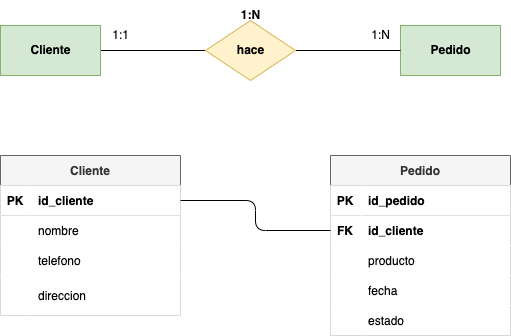
This is tareas/tarea-3/images/ejercicio5.drawio.png from deylansystem/actividadesBAE, a draw.io export, as it was before one commit. Source tidied: cells renumbered, new cells last; positions are measured from the earlier drawing's top-left corner, leaving out a move shared by most shapes. Its diagram source:
```xml
<mxGraphModel>
  <root>
    <mxCell id="0" />
    <mxCell id="1" parent="0" />
    <mxCell id="2" style="edgeStyle=none;html=1;exitX=1;exitY=0.5;exitDx=0;exitDy=0;entryX=0;entryY=0.5;entryDx=0;entryDy=0;endArrow=none;endFill=0;" parent="1" edge="1" source="3" target="6">
      <mxGeometry relative="1" as="geometry" />
    </mxCell>
    <mxCell id="3" value="&lt;b&gt;&lt;font color=&quot;#000000&quot;&gt;Cliente&lt;/font&gt;&lt;/b&gt;" style="html=1;dashed=0;whitespace=wrap;fillColor=#d5e8d4;strokeColor=#82b366;" parent="1" vertex="1">
      <mxGeometry y="25" width="100" height="50" as="geometry" />
    </mxCell>
    <mxCell id="4" value="&lt;b&gt;&lt;font color=&quot;#000000&quot;&gt;Pedido&lt;/font&gt;&lt;/b&gt;" style="html=1;dashed=0;whitespace=wrap;fillColor=#d5e8d4;strokeColor=#82b366;" parent="1" vertex="1">
      <mxGeometry x="400" y="25" width="100" height="50" as="geometry" />
    </mxCell>
    <mxCell id="5" style="edgeStyle=none;html=1;exitX=1;exitY=0.5;exitDx=0;exitDy=0;entryX=0;entryY=0.5;entryDx=0;entryDy=0;endArrow=none;endFill=0;" parent="1" edge="1" source="6" target="4">
      <mxGeometry relative="1" as="geometry" />
    </mxCell>
    <mxCell id="6" value="&lt;font color=&quot;#000000&quot;&gt;&lt;b&gt;hace&lt;/b&gt;&lt;/font&gt;" style="shape=rhombus;html=1;dashed=0;whitespace=wrap;perimeter=rhombusPerimeter;fillColor=#fff2cc;strokeColor=#d6b656;" parent="1" vertex="1">
      <mxGeometry x="205" y="20" width="90" height="60" as="geometry" />
    </mxCell>
    <mxCell id="7" value="&lt;b&gt;1:N&lt;/b&gt;" style="text;html=1;align=center;verticalAlign=middle;strokeColor=none;fillColor=none;" parent="1" vertex="1">
      <mxGeometry x="230" width="40" height="30" as="geometry" />
    </mxCell>
    <mxCell id="8" value="1:1" style="text;html=1;align=center;verticalAlign=middle;strokeColor=none;fillColor=none;" parent="1" vertex="1">
      <mxGeometry x="100" y="20" width="40" height="30" as="geometry" />
    </mxCell>
    <mxCell id="9" value="1:N" style="text;html=1;align=center;verticalAlign=middle;strokeColor=none;fillColor=none;" parent="1" vertex="1">
      <mxGeometry x="360" y="20" width="40" height="30" as="geometry" />
    </mxCell>
    <mxCell id="10" value="Cliente" style="shape=table;startSize=30;rowLines=0;fontStyle=1;align=center;fillColor=#f5f5f5;strokeColor=#666666;fontColor=#333333;" parent="1" vertex="1">
      <mxGeometry y="155" width="180" height="160" as="geometry" />
    </mxCell>
    <mxCell id="11" style="shape=tableRow;horizontal=0;startSize=0;swimlaneHead=0;swimlaneBody=0;fillColor=#FFFFFF;points=[[0,0.5],[1,0.5]];portConstraint=eastwest;top=0;left=0;right=0;bottom=1;fontColor=#000000;" parent="10" vertex="1">
      <mxGeometry y="30" width="180" height="30" as="geometry" />
    </mxCell>
    <mxCell id="12" value="PK" style="shape=partialRectangle;fillColor=#FFFFFF;top=0;left=0;bottom=0;right=0;fontStyle=1;overflow=hidden;fontColor=#000000;" parent="11" vertex="1">
      <mxGeometry width="30" height="30" as="geometry" />
    </mxCell>
    <mxCell id="13" value="id_cliente" style="shape=partialRectangle;fillColor=#FFFFFF;top=0;left=0;bottom=0;right=0;align=left;spacingLeft=6;fontStyle=1;overflow=hidden;fontColor=#000000;" parent="11" vertex="1">
      <mxGeometry x="30" width="150" height="30" as="geometry" />
    </mxCell>
    <mxCell id="14" style="shape=tableRow;horizontal=0;startSize=0;swimlaneHead=0;swimlaneBody=0;fillColor=#FFFFFF;top=0;left=0;right=0;bottom=0;fontColor=#000000;" parent="10" vertex="1">
      <mxGeometry y="60" width="180" height="30" as="geometry" />
    </mxCell>
    <mxCell id="15" style="shape=partialRectangle;fillColor=#FFFFFF;top=0;left=0;bottom=0;right=0;overflow=hidden;fontColor=#000000;" parent="14" vertex="1">
      <mxGeometry width="30" height="30" as="geometry" />
    </mxCell>
    <mxCell id="16" value="nombre" style="shape=partialRectangle;fillColor=#FFFFFF;top=0;left=0;bottom=0;right=0;align=left;spacingLeft=6;overflow=hidden;fontColor=#000000;" parent="14" vertex="1">
      <mxGeometry x="30" width="150" height="30" as="geometry" />
    </mxCell>
    <mxCell id="17" style="shape=tableRow;horizontal=0;startSize=0;swimlaneHead=0;swimlaneBody=0;fillColor=#FFFFFF;top=0;left=0;right=0;bottom=0;fontColor=#000000;" parent="10" vertex="1">
      <mxGeometry y="90" width="180" height="30" as="geometry" />
    </mxCell>
    <mxCell id="18" style="shape=partialRectangle;fillColor=#FFFFFF;top=0;left=0;bottom=0;right=0;overflow=hidden;fontColor=#000000;" parent="17" vertex="1">
      <mxGeometry width="30" height="30" as="geometry" />
    </mxCell>
    <mxCell id="19" value="telefono" style="shape=partialRectangle;fillColor=#FFFFFF;top=0;left=0;bottom=0;right=0;align=left;spacingLeft=6;overflow=hidden;fontColor=#000000;" parent="17" vertex="1">
      <mxGeometry x="30" width="150" height="30" as="geometry" />
    </mxCell>
    <mxCell id="20" style="shape=tableRow;horizontal=0;startSize=0;swimlaneHead=0;swimlaneBody=0;fillColor=#FFFFFF;top=0;left=0;right=0;bottom=0;fontColor=#000000;" parent="10" vertex="1">
      <mxGeometry y="120" width="180" height="40" as="geometry" />
    </mxCell>
    <mxCell id="21" style="shape=partialRectangle;fillColor=#FFFFFF;top=0;left=0;bottom=0;right=0;overflow=hidden;fontColor=#000000;" parent="20" vertex="1">
      <mxGeometry width="30" height="40" as="geometry" />
    </mxCell>
    <mxCell id="22" value="direccion" style="shape=partialRectangle;fillColor=#FFFFFF;top=0;left=0;bottom=0;right=0;align=left;spacingLeft=6;overflow=hidden;fontColor=#000000;" parent="20" vertex="1">
      <mxGeometry x="30" width="150" height="40" as="geometry" />
    </mxCell>
    <mxCell id="23" value="Pedido" style="shape=table;startSize=30;rowLines=0;fontStyle=1;align=center;fontColor=#333333;fillColor=#f5f5f5;strokeColor=#666666;" parent="1" vertex="1">
      <mxGeometry x="330" y="155" width="180" height="180" as="geometry" />
    </mxCell>
    <mxCell id="24" style="shape=tableRow;horizontal=0;startSize=0;swimlaneHead=0;swimlaneBody=0;fillColor=#FFFFFF;top=0;left=0;right=0;bottom=1;fontColor=#000000;" parent="23" vertex="1">
      <mxGeometry y="30" width="180" height="30" as="geometry" />
    </mxCell>
    <mxCell id="25" value="PK" style="shape=partialRectangle;fillColor=#FFFFFF;top=0;left=0;bottom=0;right=0;fontStyle=1;overflow=hidden;fontColor=#000000;" parent="24" vertex="1">
      <mxGeometry width="30" height="30" as="geometry" />
    </mxCell>
    <mxCell id="26" value="id_pedido" style="shape=partialRectangle;fillColor=#FFFFFF;top=0;left=0;bottom=0;right=0;align=left;spacingLeft=6;fontStyle=1;overflow=hidden;fontColor=#000000;" parent="24" vertex="1">
      <mxGeometry x="30" width="150" height="30" as="geometry" />
    </mxCell>
    <mxCell id="27" style="shape=tableRow;horizontal=0;startSize=0;swimlaneHead=0;swimlaneBody=0;fillColor=#FFFFFF;points=[[0,0.5],[1,0.5]];portConstraint=eastwest;top=0;left=0;right=0;bottom=0;fontColor=#000000;" parent="23" vertex="1">
      <mxGeometry y="60" width="180" height="30" as="geometry" />
    </mxCell>
    <mxCell id="28" value="FK" style="shape=partialRectangle;fillColor=#FFFFFF;top=0;left=0;bottom=0;right=0;overflow=hidden;fontColor=#000000;fontStyle=1;" parent="27" vertex="1">
      <mxGeometry width="30" height="30" as="geometry" />
    </mxCell>
    <mxCell id="29" value="id_cliente" style="shape=partialRectangle;fillColor=#FFFFFF;top=0;left=0;bottom=0;right=0;align=left;spacingLeft=6;overflow=hidden;fontColor=#000000;fontStyle=1;" parent="27" vertex="1">
      <mxGeometry x="30" width="150" height="30" as="geometry" />
    </mxCell>
    <mxCell id="30" style="shape=tableRow;horizontal=0;startSize=0;swimlaneHead=0;swimlaneBody=0;fillColor=#FFFFFF;top=0;left=0;right=0;bottom=0;fontColor=#000000;" parent="23" vertex="1">
      <mxGeometry y="90" width="180" height="30" as="geometry" />
    </mxCell>
    <mxCell id="31" style="shape=partialRectangle;fillColor=#FFFFFF;top=0;left=0;bottom=0;right=0;overflow=hidden;fontColor=#000000;" parent="30" vertex="1">
      <mxGeometry width="30" height="30" as="geometry" />
    </mxCell>
    <mxCell id="32" value="producto" style="shape=partialRectangle;fillColor=#FFFFFF;top=0;left=0;bottom=0;right=0;align=left;spacingLeft=6;overflow=hidden;fontColor=#000000;" parent="30" vertex="1">
      <mxGeometry x="30" width="150" height="30" as="geometry" />
    </mxCell>
    <mxCell id="33" style="shape=tableRow;horizontal=0;startSize=0;swimlaneHead=0;swimlaneBody=0;fillColor=#FFFFFF;top=0;left=0;right=0;bottom=0;fontColor=#000000;" parent="23" vertex="1">
      <mxGeometry y="120" width="180" height="30" as="geometry" />
    </mxCell>
    <mxCell id="34" style="shape=partialRectangle;fillColor=#FFFFFF;top=0;left=0;bottom=0;right=0;overflow=hidden;fontColor=#000000;" parent="33" vertex="1">
      <mxGeometry width="30" height="30" as="geometry" />
    </mxCell>
    <mxCell id="35" value="fecha" style="shape=partialRectangle;fillColor=#FFFFFF;top=0;left=0;bottom=0;right=0;align=left;spacingLeft=6;overflow=hidden;fontColor=#000000;" parent="33" vertex="1">
      <mxGeometry x="30" width="150" height="30" as="geometry" />
    </mxCell>
    <mxCell id="36" style="shape=tableRow;horizontal=0;startSize=0;swimlaneHead=0;swimlaneBody=0;fillColor=#FFFFFF;top=0;left=0;right=0;bottom=0;fontColor=#000000;" parent="23" vertex="1">
      <mxGeometry y="150" width="180" height="30" as="geometry" />
    </mxCell>
    <mxCell id="37" style="shape=partialRectangle;fillColor=#FFFFFF;top=0;left=0;bottom=0;right=0;overflow=hidden;fontColor=#000000;" parent="36" vertex="1">
      <mxGeometry width="30" height="30" as="geometry" />
    </mxCell>
    <mxCell id="38" value="estado" style="shape=partialRectangle;fillColor=#FFFFFF;top=0;left=0;bottom=0;right=0;align=left;spacingLeft=6;overflow=hidden;fontColor=#000000;" parent="36" vertex="1">
      <mxGeometry x="30" width="150" height="30" as="geometry" />
    </mxCell>
    <mxCell id="39" style="edgeStyle=orthogonalEdgeStyle;html=1;exitX=1;exitY=0.5;exitDx=0;exitDy=0;entryX=0;entryY=0.5;entryDx=0;entryDy=0;fontColor=#000000;endArrow=none;endFill=0;" parent="1" edge="1" source="11" target="27">
      <mxGeometry relative="1" as="geometry" />
    </mxCell>
  </root>
</mxGraphModel>
```
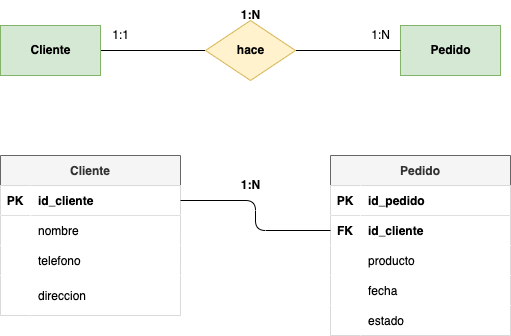
The same diagram one commit later.

Change to the diagram source:
```diff
@@ -116,5 +116,8 @@
     <mxCell id="39" style="edgeStyle=orthogonalEdgeStyle;html=1;exitX=1;exitY=0.5;exitDx=0;exitDy=0;entryX=0;entryY=0.5;entryDx=0;entryDy=0;fontColor=#000000;endArrow=none;endFill=0;" parent="1" edge="1" source="11" target="27">
       <mxGeometry relative="1" as="geometry" />
     </mxCell>
+    <mxCell id="40" value="1:N" style="text;html=1;align=center;verticalAlign=middle;strokeColor=none;fillColor=none;fontStyle=1;" parent="1" vertex="1">
+      <mxGeometry x="230" y="170" width="40" height="30" as="geometry" />
+    </mxCell>
   </root>
 </mxGraphModel>
```
